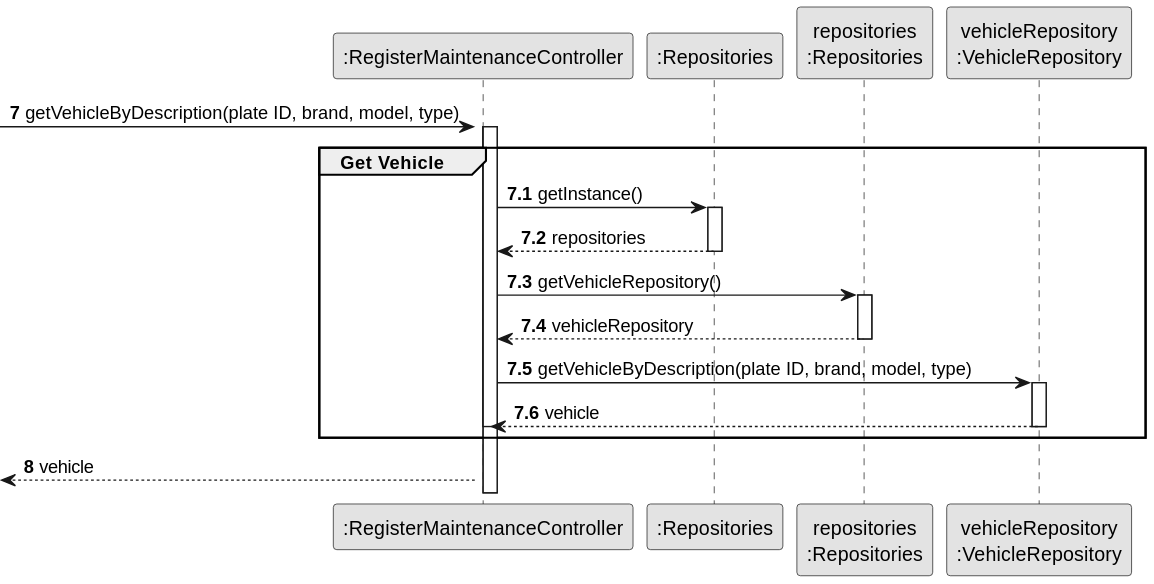
tiagosoa/lei-24-s2-1dgh-g073 keeps this PlantUML diagram as docs/sprint3/us007/03.design/svg/us007-sequence-diagram-partial-get-vehicle.svg. Above is the earlier version. Source of this version:
```plantuml
@startuml
skinparam monochrome true
skinparam packageStyle rectangle
skinparam shadowing false

autonumber


participant ":RegisterMaintenanceController" as RMC
participant ":Repositories" as RepositorySingleton
participant ":Repositories" as RepositorySingleton
participant "repositories\n:Repositories" as PLAT
participant "vehicleRepository\n:VehicleRepository" as VR
autonumber 7

 -> RMC : getVehicleByDescription(plate ID, brand, model, type)

autonumber 7.1
activate RMC
    group Get Vehicle



        activate RMC

           RMC -> RepositorySingleton : getInstance()
           activate RepositorySingleton

               RepositorySingleton --> RMC: repositories
           deactivate RepositorySingleton

               RMC -> PLAT : getVehicleRepository()
           activate PLAT

               PLAT --> RMC : vehicleRepository
           deactivate PLAT

               RMC -> VR : getVehicleByDescription(plate ID, brand, model, type)
           activate VR

               VR --> RMC : vehicle
           deactivate VR

        deactivate RMC
    end
    autonumber 8
    <-- RMC  : vehicle
deactivate PLAT
@enduml
```
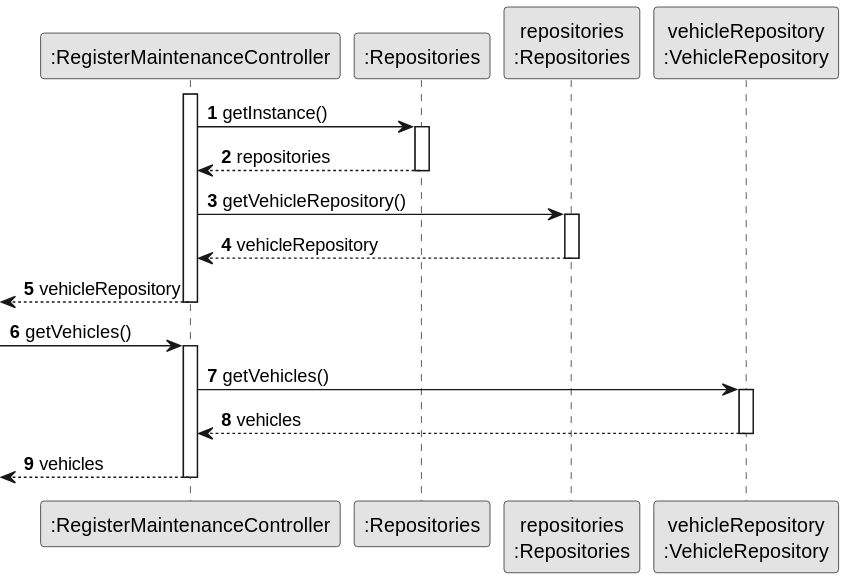
After the change.

Change to the diagram source:
```diff
@@ -6,44 +6,37 @@
 autonumber
 
 
-participant ":RegisterMaintenanceController" as RMC
+participant ":RegisterMaintenanceController" as CTRL
 participant ":Repositories" as RepositorySingleton
 participant ":Repositories" as RepositorySingleton
 participant "repositories\n:Repositories" as PLAT
 participant "vehicleRepository\n:VehicleRepository" as VR
-autonumber 7
+            activate CTRL
 
- -> RMC : getVehicleByDescription(plate ID, brand, model, type)
+                        CTRL -> RepositorySingleton : getInstance()
+                                        activate RepositorySingleton
 
-autonumber 7.1
-activate RMC
-    group Get Vehicle
+                                            RepositorySingleton --> CTRL: repositories
+                                        deactivate RepositorySingleton
 
+                             CTRL -> PLAT : getVehicleRepository()
+                                     activate PLAT
 
+                                 PLAT --> CTRL : vehicleRepository
+                                 deactivate PLAT
 
-        activate RMC
+                                 <-- CTRL : vehicleRepository
+                                 deactivate CTRL
 
-           RMC -> RepositorySingleton : getInstance()
-           activate RepositorySingleton
+               -> CTRL : getVehicles()
+               activate CTRL
 
-               RepositorySingleton --> RMC: repositories
-           deactivate RepositorySingleton
+                       CTRL -> VR : getVehicles()
+                               activate VR
 
-               RMC -> PLAT : getVehicleRepository()
-           activate PLAT
+                           VR --> CTRL : vehicles
+                           deactivate VR
 
-               PLAT --> RMC : vehicleRepository
-           deactivate PLAT
-
-               RMC -> VR : getVehicleByDescription(plate ID, brand, model, type)
-           activate VR
-
-               VR --> RMC : vehicle
-           deactivate VR
-
-        deactivate RMC
-    end
-    autonumber 8
-    <-- RMC  : vehicle
-deactivate PLAT
+                           <-- CTRL : vehicles
+                           deactivate CTRL
 @enduml
```
